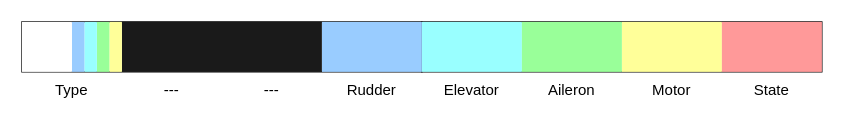
Before: resources/packet.drawio in dev-jtemel/rc_plane, a draw.io diagram. Source tidied: cells renumbered, new cells numbered last; positions are measured from the earlier drawing's top-left corner, leaving out a move shared by most shapes. Both pictures are drawn from the tidied source at 125%, with x=0, y=0 at pixel (21, 21).
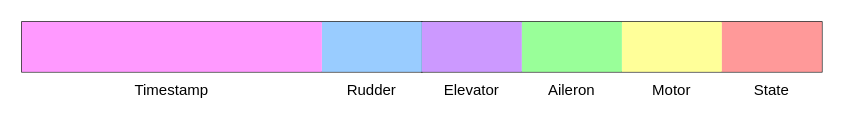
After the change.

The edit, as a diff of the source:
```diff
@@
-    <mxCell id="5" style="rounded=0;whiteSpace=wrap;html=1;fillColor=#99FFFF;strokeColor=none;" parent="1" vertex="1">
+    <mxCell id="5" style="rounded=0;whiteSpace=wrap;html=1;fillColor=#CC99FF;strokeColor=none;" parent="1" vertex="1">
       <mxGeometry x="320" width="80" height="40" as="geometry" />
     </mxCell>
@@
-    <mxCell id="8" style="rounded=0;whiteSpace=wrap;html=1;fillColor=#1A1A1A;strokeColor=none;" parent="1" vertex="1">
-      <mxGeometry x="80" width="160" height="40" as="geometry" />
+    <mxCell id="8" style="rounded=0;whiteSpace=wrap;html=1;fillColor=#FF99FF;strokeColor=none;" parent="1" vertex="1">
+      <mxGeometry width="240" height="40" as="geometry" />
     </mxCell>
-    <mxCell id="9" style="rounded=0;whiteSpace=wrap;html=1;fillColor=#FFFF99;strokeColor=none;fillStyle=solid;" parent="1" vertex="1">
-      <mxGeometry x="70" width="10" height="40" as="geometry" />
-    </mxCell>
-    <mxCell id="10" style="rounded=0;whiteSpace=wrap;html=1;fillColor=#99FF99;strokeColor=none;fillStyle=solid;" parent="1" vertex="1">
-      <mxGeometry x="60" width="10" height="40" as="geometry" />
-    </mxCell>
-    <mxCell id="11" style="rounded=0;whiteSpace=wrap;html=1;fillColor=#99FFFF;strokeColor=none;fillStyle=solid;" parent="1" vertex="1">
-      <mxGeometry x="50" width="10" height="40" as="geometry" />
-    </mxCell>
-    <mxCell id="12" style="rounded=0;whiteSpace=wrap;html=1;fillColor=#99CCFF;strokeColor=none;fillStyle=solid;" parent="1" vertex="1">
-      <mxGeometry x="40" width="10" height="40" as="geometry" />
-    </mxCell>
-    <mxCell id="13" style="rounded=0;whiteSpace=wrap;html=1;fillColor=#FFFFFF;strokeColor=none;fillStyle=solid;" parent="1" vertex="1">
-      <mxGeometry width="40" height="40" as="geometry" />
-    </mxCell>
@@
-    <mxCell id="18" value="Type" style="text;html=1;strokeColor=none;fillColor=none;align=center;verticalAlign=middle;whiteSpace=wrap;rounded=0;" parent="1" vertex="1">
-      <mxGeometry x="10" y="40" width="60" height="30" as="geometry" />
+    <mxCell id="18" value="Timestamp" style="text;html=1;strokeColor=none;fillColor=none;align=center;verticalAlign=middle;whiteSpace=wrap;rounded=0;" parent="1" vertex="1">
+      <mxGeometry x="90" y="40" width="60" height="30" as="geometry" />
     </mxCell>
-    <mxCell id="19" value="---" style="text;html=1;strokeColor=none;fillColor=none;align=center;verticalAlign=middle;whiteSpace=wrap;rounded=0;" parent="1" vertex="1">
-      <mxGeometry x="90" y="40" width="60" height="30" as="geometry" />
-    </mxCell>
-    <mxCell id="20" value="---" style="text;html=1;strokeColor=none;fillColor=none;align=center;verticalAlign=middle;whiteSpace=wrap;rounded=0;" parent="1" vertex="1">
-      <mxGeometry x="170" y="40" width="60" height="30" as="geometry" />
-    </mxCell>
```
